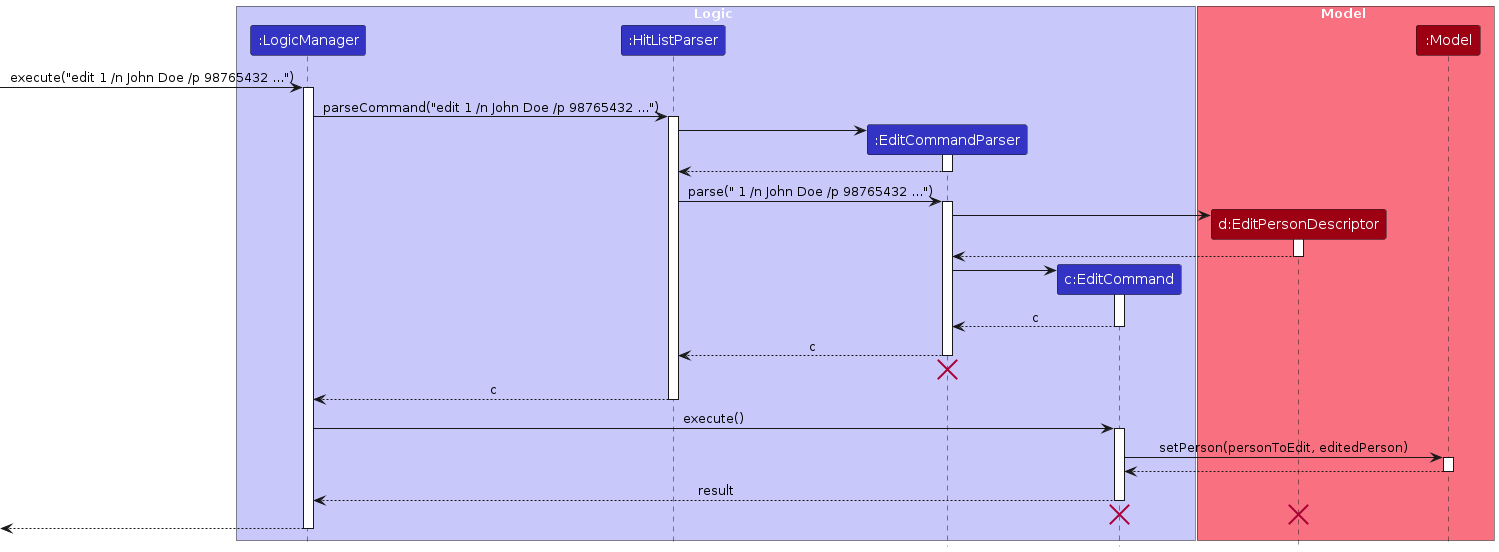
Before: diagrams/edit-person/PersonEditSequenceDiagram-Logic.png, a diagram exported from PlantUML (Egg-Fish/tp). Its source is kept beside it as diagrams/edit-person/PersonEditSequenceDiagram-Logic.puml.
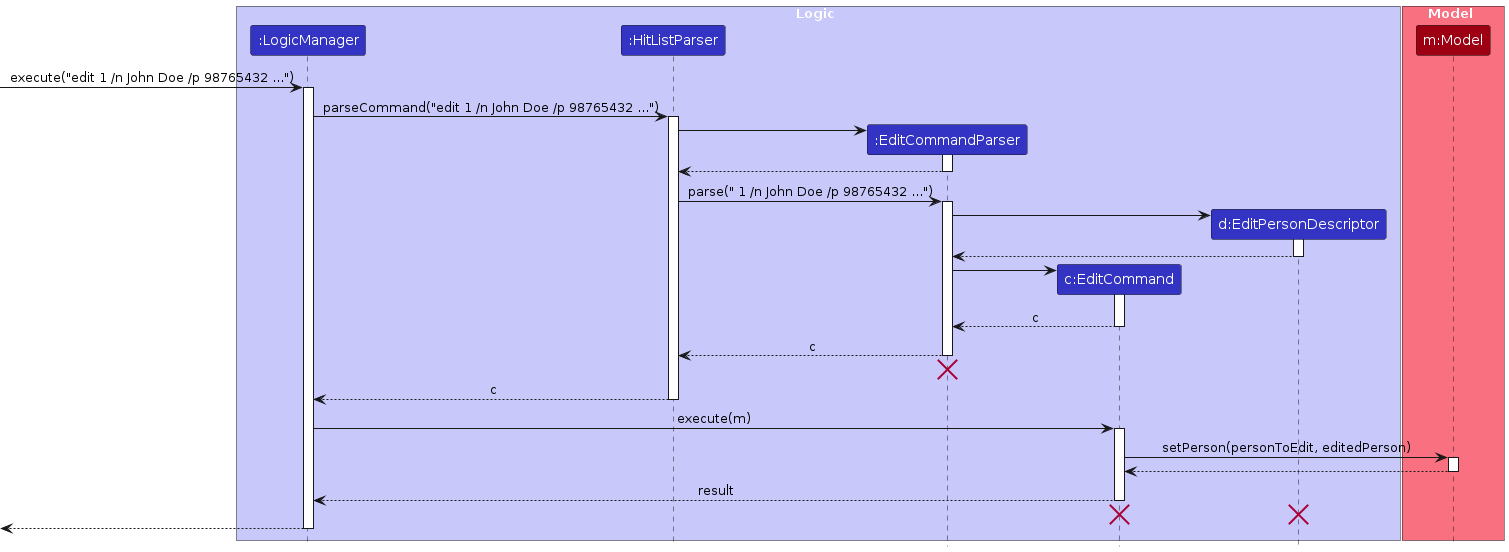
The same file after the commit.

Change to the diagram source:
```diff
@@ -7,12 +7,12 @@
 participant ":HitListParser" as HitListParser LOGIC_COLOR
 participant ":EditCommandParser" as EditCommandParser LOGIC_COLOR
 participant "c:EditCommand" as EditCommand LOGIC_COLOR
+participant "d:EditPersonDescriptor" as EditPersonDescriptor LOGIC_COLOR
+
 end box
 
 box Model MODEL_COLOR_T1
-participant "d:EditPersonDescriptor" as EditPersonDescriptor MODEL_COLOR
-participant ":Model" as Model MODEL_COLOR
-
+participant "m:Model" as Model MODEL_COLOR
 end box
 
 [-> LogicManager : execute("edit 1 /n John Doe /p 98765432 ...")
@@ -53,7 +53,7 @@
 HitListParser --> LogicManager : c
 deactivate HitListParser
 
-LogicManager -> EditCommand : execute()
+LogicManager -> EditCommand : execute(m)
 activate EditCommand
 
 EditCommand -> Model : setPerson(personToEdit, editedPerson)
```
